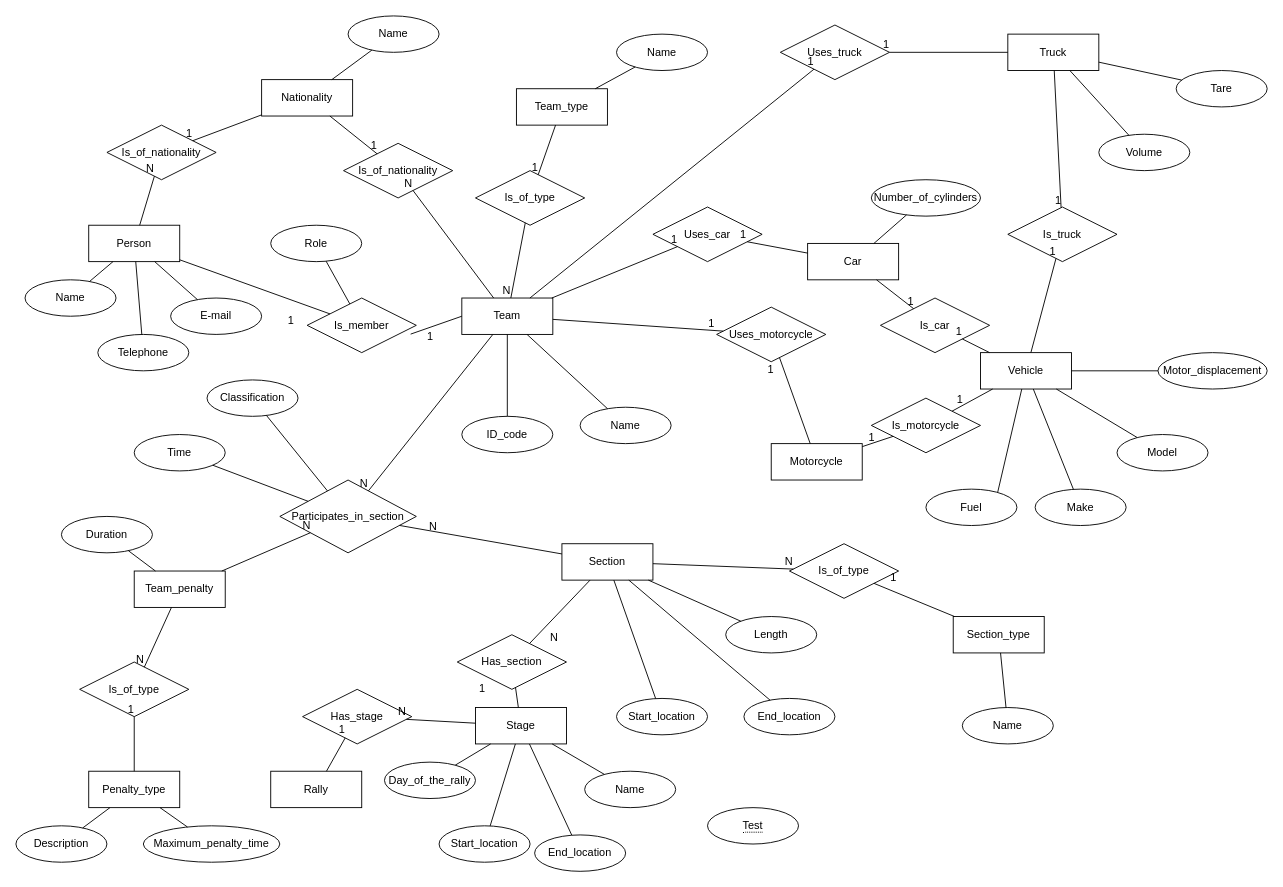
This is M1_ER_diagram.drawio from DanyKrk/ISEP_BDDAD_M1, a draw.io file, before an edit. Source tidied: cells renumbered, new cells numbered last; positions are measured from the earlier drawing's top-left corner, leaving out a move shared by most shapes. Both pictures are drawn from the tidied source at 91%, with x=0, y=0 at pixel (15, 15).
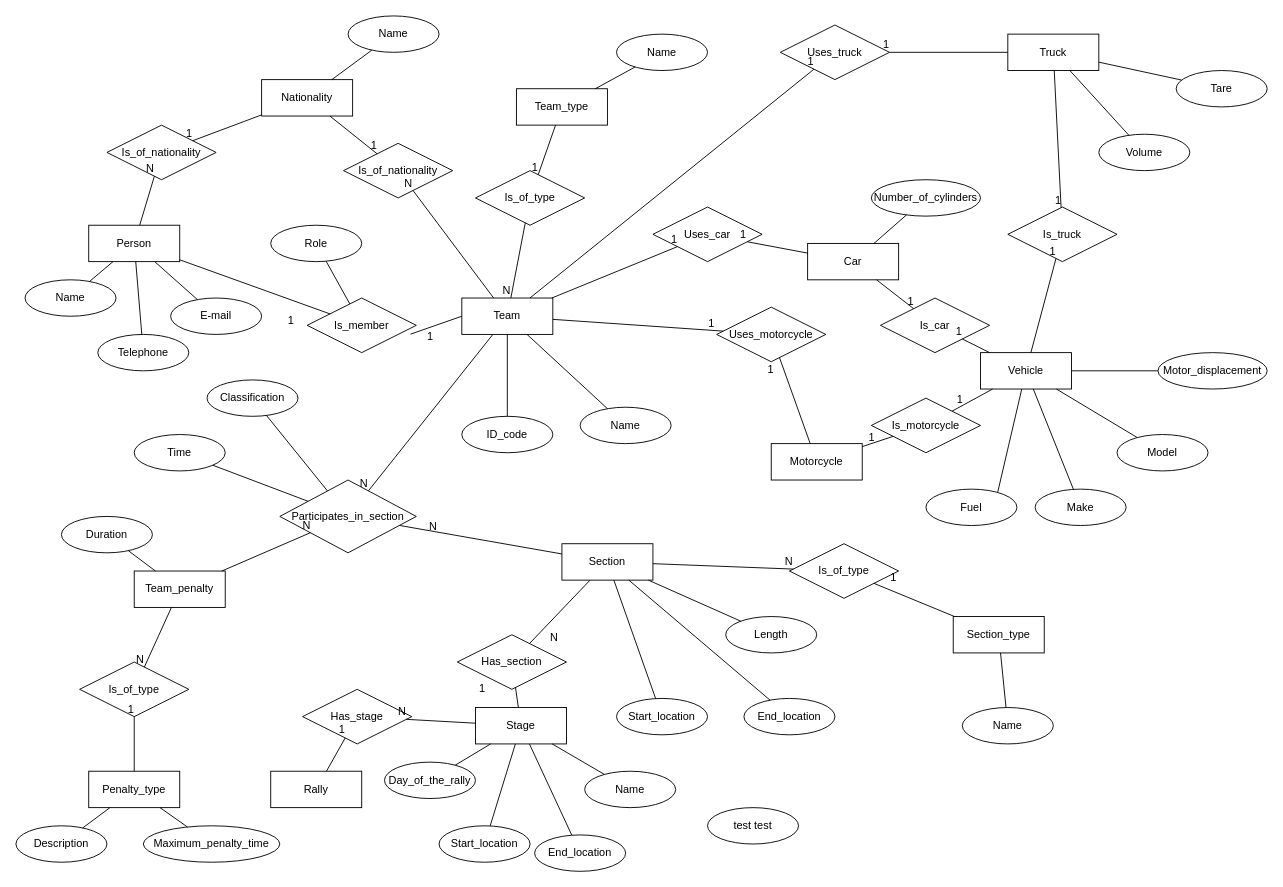
After the change.

The edit, as a diff of the source:
```diff
@@
-    <mxCell id="145" value="&lt;span style=&quot;border-bottom: 1px dotted&quot;&gt;Test&lt;/span&gt;" style="ellipse;whiteSpace=wrap;html=1;align=center;" parent="1" vertex="1">
+    <mxCell id="145" value="test test" style="ellipse;whiteSpace=wrap;html=1;align=center;" parent="1" vertex="1">
       <mxGeometry x="760" y="870" width="100" height="40" as="geometry" />
     </mxCell>
```
